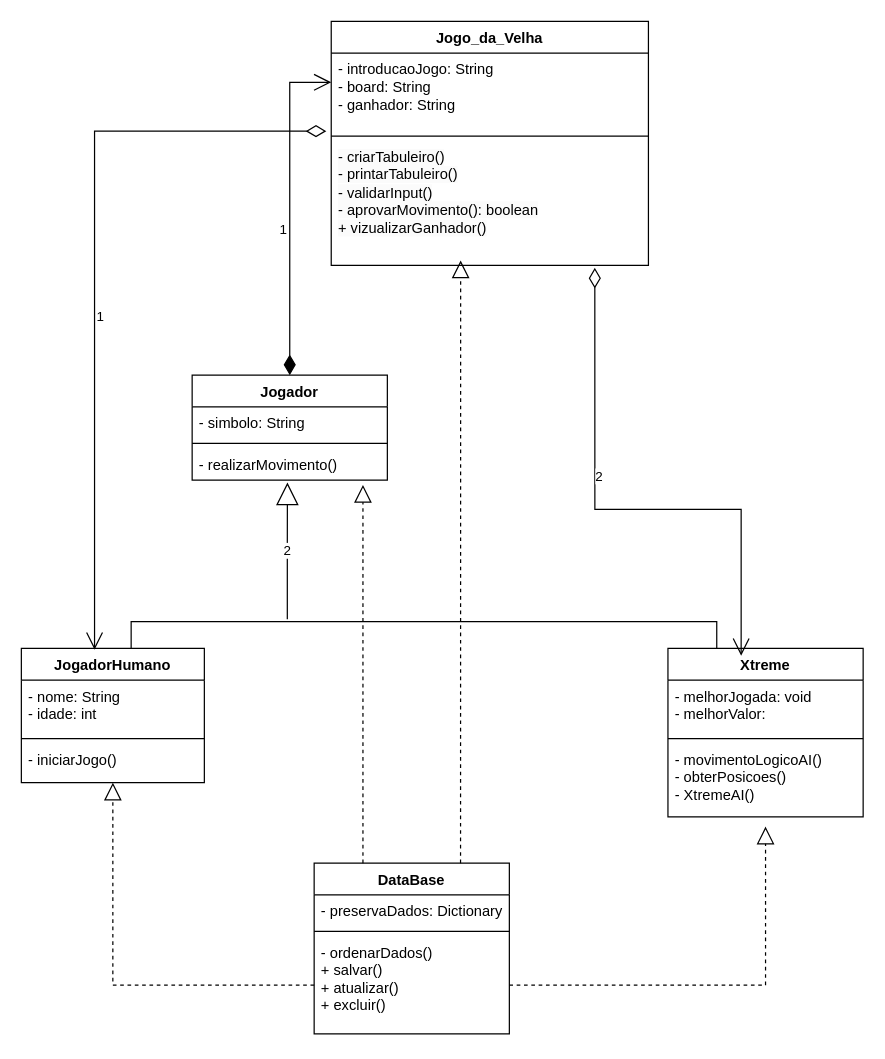
Earlier version of the draw.io diagram mini_projeto_3/Projeto_3/diagrama_de_classes.drawio (antonioscarvalho/Projetos-Orientados-a-Objetos). Source tidied: cells renumbered, new cells numbered last; positions are measured from the earlier drawing's top-left corner, leaving out a move shared by most shapes. Both pictures are drawn from the tidied source at 122%, with x=0, y=0 at pixel (21, 21).
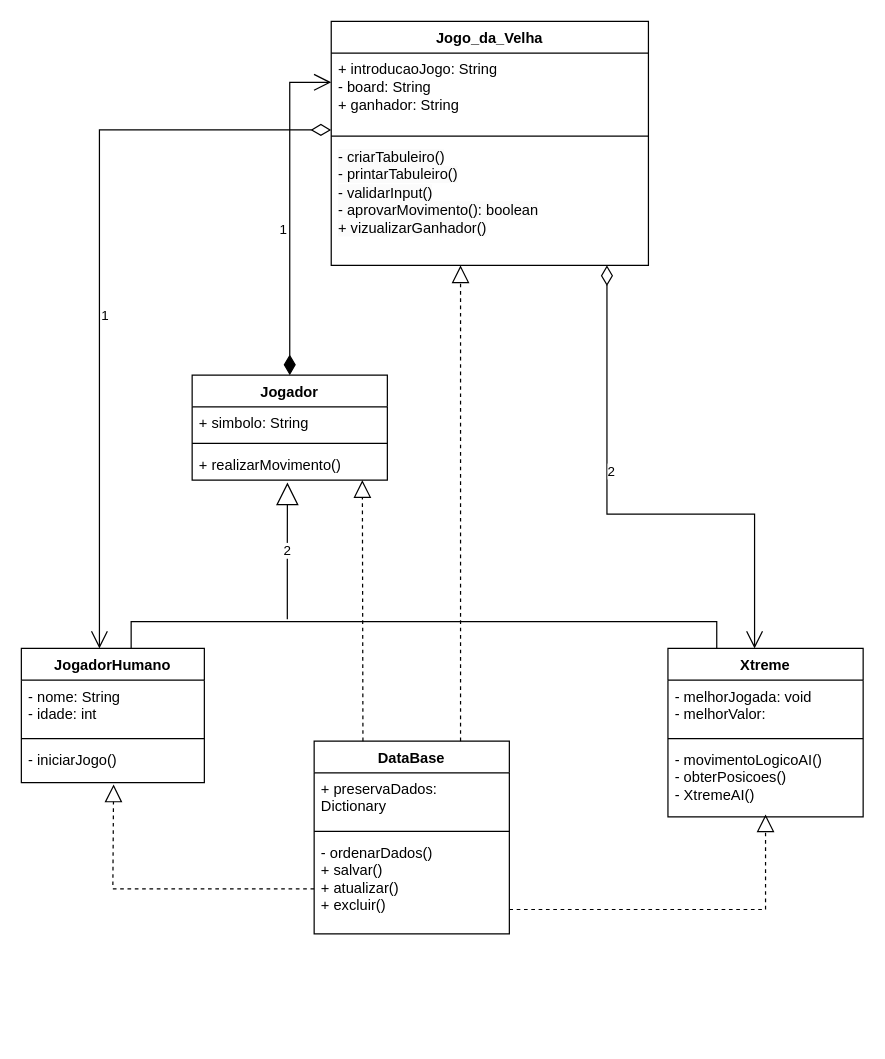
The same page after the edit.

Unchanged cells that the change refers to:
```xml
<mxCell id="2" value="JogadorHumano" style="swimlane;fontStyle=1;align=center;verticalAlign=top;horizontal=1;startSize=26;whiteSpace=wrap;html=1;" parent="1" vertex="1">
  <mxGeometry y="514" width="150" height="110" as="geometry" />
</mxCell>
<mxCell id="5" value="- iniciarJogo()" style="text;strokeColor=none;fillColor=none;align=left;verticalAlign=top;spacingLeft=4;spacingRight=4;overflow=hidden;points=[[0,0.5],[1,0.5]];portConstraint=eastwest;whiteSpace=wrap;html=1;" parent="2" vertex="1">
  <mxGeometry y="78" width="150" height="32" as="geometry" />
</mxCell>
<mxCell id="6" value="Jogo_da_Velha" style="swimlane;fontStyle=1;align=center;verticalAlign=top;horizontal=1;startSize=26;whiteSpace=wrap;html=1;" parent="1" vertex="1">
  <mxGeometry x="254" width="260" height="200" as="geometry" />
</mxCell>
<mxCell id="9" value="&lt;span style=&quot;color: rgb(0, 0, 0); font-family: Helvetica; font-size: 12px; font-style: normal; font-variant-ligatures: normal; font-variant-caps: normal; font-weight: 400; letter-spacing: normal; orphans: 2; text-align: left; text-indent: 0px; text-transform: none; widows: 2; word-spacing: 0px; -webkit-text-stroke-width: 0px; background-color: rgb(251, 251, 251); text-decoration-thickness: initial; text-decoration-style: initial; text-decoration-color: initial; float: none; display: inline !important;&quot;&gt;- criarTabuleiro()&lt;/span&gt;&lt;br style=&quot;border-color: var(--border-color); color: rgb(0, 0, 0); font-family: Helvetica; font-size: 12px; font-style: normal; font-variant-ligatures: normal; font-variant-caps: normal; font-weight: 400; letter-spacing: normal; orphans: 2; text-align: left; text-indent: 0px; text-transform: none; widows: 2; word-spacing: 0px; -webkit-text-stroke-width: 0px; background-color: rgb(251, 251, 251); text-decoration-thickness: initial; text-decoration-style: initial; text-decoration-color: initial;&quot;&gt;&lt;span style=&quot;color: rgb(0, 0, 0); font-family: Helvetica; font-size: 12px; font-style: normal; font-variant-ligatures: normal; font-variant-caps: normal; font-weight: 400; letter-spacing: normal; orphans: 2; text-align: left; text-indent: 0px; text-transform: none; widows: 2; word-spacing: 0px; -webkit-text-stroke-width: 0px; background-color: rgb(251, 251, 251); text-decoration-thickness: initial; text-decoration-style: initial; text-decoration-color: initial; float: none; display: inline !important;&quot;&gt;- printarTabuleiro()&lt;br&gt;- validarInput()&lt;br&gt;- aprovarMovimento(): boolean&lt;br&gt;+ vizualizarGanhador()&lt;br&gt;&lt;/span&gt;" style="text;strokeColor=none;fillColor=none;align=left;verticalAlign=top;spacingLeft=4;spacingRight=4;overflow=hidden;points=[[0,0.5],[1,0.5]];portConstraint=eastwest;whiteSpace=wrap;html=1;" parent="6" vertex="1">
  <mxGeometry y="98" width="260" height="102" as="geometry" />
</mxCell>
<mxCell id="19" value="- movimentoLogicoAI()&lt;br&gt;- obterPosicoes()&lt;br&gt;- XtremeAI()" style="text;strokeColor=none;fillColor=none;align=left;verticalAlign=top;spacingLeft=4;spacingRight=4;overflow=hidden;points=[[0,0.5],[1,0.5]];portConstraint=eastwest;whiteSpace=wrap;html=1;" parent="16" vertex="1">
  <mxGeometry y="78" width="160" height="60" as="geometry" />
</mxCell>
<mxCell id="22" value="Jogador" style="swimlane;fontStyle=1;align=center;verticalAlign=top;horizontal=1;startSize=26;whiteSpace=wrap;html=1;" parent="1" vertex="1">
  <mxGeometry x="140" y="290" width="160" height="86" as="geometry" />
</mxCell>
```

Diff of the diagram source:
```diff
@@
-    <mxCell id="7" value="- introducaoJogo: String&lt;br&gt;- board: String&lt;br&gt;- ganhador: String" style="text;strokeColor=none;fillColor=none;align=left;verticalAlign=top;spacingLeft=4;spacingRight=4;overflow=hidden;whiteSpace=wrap;html=1;" parent="6" vertex="1">
+    <mxCell id="7" value="+ introducaoJogo: String&lt;br&gt;- board: String&lt;br&gt;+ ganhador: String" style="text;strokeColor=none;fillColor=none;align=left;verticalAlign=top;spacingLeft=4;spacingRight=4;overflow=hidden;whiteSpace=wrap;html=1;" parent="6" vertex="1">
       <mxGeometry y="26" width="260" height="64" as="geometry" />
     </mxCell>
@@
     <mxCell id="10" value="DataBase" style="swimlane;fontStyle=1;align=center;verticalAlign=top;horizontal=1;startSize=26;whiteSpace=wrap;html=1;" parent="1" vertex="1">
-      <mxGeometry x="240" y="690" width="160" height="140" as="geometry" />
+      <mxGeometry x="240" y="590" width="160" height="158" as="geometry" />
     </mxCell>
-    <mxCell id="11" value="- preservaDados: Dictionary" style="text;strokeColor=none;fillColor=none;align=left;verticalAlign=top;spacingLeft=4;spacingRight=4;overflow=hidden;whiteSpace=wrap;html=1;" parent="10" vertex="1">
-      <mxGeometry y="26" width="160" height="26" as="geometry" />
+    <mxCell id="11" value="+ preservaDados: Dictionary" style="text;strokeColor=none;fillColor=none;align=left;verticalAlign=top;spacingLeft=4;spacingRight=4;overflow=hidden;whiteSpace=wrap;html=1;" parent="10" vertex="1">
+      <mxGeometry y="26" width="160" height="44" as="geometry" />
     </mxCell>
     <mxCell id="12" style="line;strokeWidth=1;fillColor=none;align=left;verticalAlign=middle;spacingTop=-1;spacingLeft=3;spacingRight=3;labelPosition=right;strokeColor=inherit;" parent="10" vertex="1">
-      <mxGeometry y="52" width="160" height="8" as="geometry" />
+      <mxGeometry y="70" width="160" height="8" as="geometry" />
     </mxCell>
     <mxCell id="13" value="- ordenarDados()&lt;br&gt;+ salvar()&lt;br&gt;+ atualizar()&lt;br&gt;+ excluir()" style="text;strokeColor=none;fillColor=none;align=left;verticalAlign=top;spacingLeft=4;spacingRight=4;overflow=hidden;points=[[0,0.5],[1,0.5]];portConstraint=eastwest;whiteSpace=wrap;html=1;" parent="10" vertex="1">
-      <mxGeometry y="60" width="160" height="80" as="geometry" />
+      <mxGeometry y="78" width="160" height="80" as="geometry" />
     </mxCell>
-    <mxCell id="14" style="endArrow=block;dashed=1;endFill=0;endSize=12;html=1;rounded=0;exitX=0.75;exitY=0;exitDx=0;exitDy=0;entryX=0.408;entryY=0.961;entryDx=0;entryDy=0;entryPerimeter=0;" parent="1" edge="1" source="10" target="9">
-      <mxGeometry relative="1" as="geometry" />
+    <mxCell id="14" style="endArrow=block;dashed=1;endFill=0;endSize=12;html=1;rounded=0;exitX=0.75;exitY=0;exitDx=0;exitDy=0;" parent="1" edge="1" source="10">
+      <mxGeometry relative="1" as="geometry">
+        <mxPoint x="360" y="200" as="targetPoint" />
+      </mxGeometry>
     </mxCell>
-    <mxCell id="15" style="endArrow=block;dashed=1;endFill=0;endSize=12;html=1;rounded=0;exitX=0;exitY=0.5;exitDx=0;exitDy=0;" parent="1" edge="1" source="13" target="5">
+    <mxCell id="15" style="endArrow=block;dashed=1;endFill=0;endSize=12;html=1;rounded=0;entryX=0.504;entryY=1.047;entryDx=0;entryDy=0;entryPerimeter=0;" parent="1" edge="1" target="5">
       <mxGeometry relative="1" as="geometry">
+        <mxPoint x="240" y="711" as="sourcePoint" />
         <Array as="points">
-          <mxPoint x="75" y="790" />
+          <mxPoint x="75" y="711" />
         </Array>
       </mxGeometry>
     </mxCell>
@@
-    <mxCell id="20" value="2" style="endArrow=open;html=1;endSize=12;startArrow=diamondThin;startSize=14;startFill=0;edgeStyle=orthogonalEdgeStyle;align=left;verticalAlign=bottom;rounded=0;exitX=0.831;exitY=1.02;exitDx=0;exitDy=0;exitPerimeter=0;" parent="1" edge="1" source="9">
+    <mxCell id="20" value="2" style="endArrow=open;html=1;endSize=12;startArrow=diamondThin;startSize=14;startFill=0;edgeStyle=orthogonalEdgeStyle;align=left;verticalAlign=bottom;rounded=0;" parent="1" edge="1" source="9">
       <mxGeometry x="-0.18" y="-1" relative="1" as="geometry">
-        <mxPoint x="590" y="520" as="targetPoint" />
+        <mxPoint x="601" y="514" as="targetPoint" />
         <Array as="points">
-          <mxPoint x="470" y="400" />
-          <mxPoint x="590" y="400" />
-          <mxPoint x="590" y="515" />
+          <mxPoint x="480" y="404" />
+          <mxPoint x="601" y="404" />
         </Array>
       </mxGeometry>
     </mxCell>
-    <mxCell id="21" style="endArrow=block;dashed=1;endFill=0;endSize=12;html=1;rounded=0;exitX=1;exitY=0.5;exitDx=0;exitDy=0;" parent="1" edge="1" source="13">
+    <mxCell id="21" style="endArrow=block;dashed=1;endFill=0;endSize=12;html=1;rounded=0;entryX=0.5;entryY=0.967;entryDx=0;entryDy=0;entryPerimeter=0;" parent="1" edge="1" target="19">
       <mxGeometry relative="1" as="geometry">
-        <mxPoint x="610" y="660" as="targetPoint" />
+        <mxPoint x="400" y="728" as="sourcePoint" />
         <Array as="points">
-          <mxPoint x="610" y="790" />
+          <mxPoint x="610" y="728" />
         </Array>
       </mxGeometry>
     </mxCell>
@@
-    <mxCell id="23" value="- simbolo: String" style="text;strokeColor=none;fillColor=none;align=left;verticalAlign=top;spacingLeft=4;spacingRight=4;overflow=hidden;whiteSpace=wrap;html=1;" parent="22" vertex="1">
+    <mxCell id="23" value="+ simbolo: String" style="text;strokeColor=none;fillColor=none;align=left;verticalAlign=top;spacingLeft=4;spacingRight=4;overflow=hidden;whiteSpace=wrap;html=1;" parent="22" vertex="1">
       <mxGeometry y="26" width="160" height="26" as="geometry" />
     </mxCell>
@@
-    <mxCell id="25" value="- realizarMovimento()" style="text;strokeColor=none;fillColor=none;align=left;verticalAlign=top;spacingLeft=4;spacingRight=4;overflow=hidden;points=[[0,0.5],[1,0.5]];portConstraint=eastwest;whiteSpace=wrap;html=1;" parent="22" vertex="1">
+    <mxCell id="25" value="+ realizarMovimento()" style="text;strokeColor=none;fillColor=none;align=left;verticalAlign=top;spacingLeft=4;spacingRight=4;overflow=hidden;points=[[0,0.5],[1,0.5]];portConstraint=eastwest;whiteSpace=wrap;html=1;" parent="22" vertex="1">
       <mxGeometry y="60" width="160" height="26" as="geometry" />
     </mxCell>
-    <mxCell id="26" style="endArrow=block;dashed=1;endFill=0;endSize=12;html=1;rounded=0;exitX=0.25;exitY=0;exitDx=0;exitDy=0;" parent="1" edge="1" source="10">
-      <mxGeometry relative="1" as="geometry">
-        <mxPoint x="280" y="380" as="targetPoint" />
-      </mxGeometry>
+    <mxCell id="26" style="endArrow=block;dashed=1;endFill=0;endSize=12;html=1;rounded=0;exitX=0.25;exitY=0;exitDx=0;exitDy=0;entryX=0.872;entryY=1;entryDx=0;entryDy=0;entryPerimeter=0;" parent="1" edge="1" source="10" target="25">
+      <mxGeometry relative="1" as="geometry" />
     </mxCell>
@@
-    <mxCell id="30" value="1" style="endArrow=open;html=1;endSize=12;startArrow=diamondThin;startSize=14;startFill=0;edgeStyle=orthogonalEdgeStyle;align=left;verticalAlign=bottom;rounded=0;entryX=0.4;entryY=0.009;entryDx=0;entryDy=0;entryPerimeter=0;" parent="1" edge="1" target="2">
+    <mxCell id="30" value="1" style="endArrow=open;html=1;endSize=12;startArrow=diamondThin;startSize=14;startFill=0;edgeStyle=orthogonalEdgeStyle;align=left;verticalAlign=bottom;rounded=0;entryX=0.4;entryY=0.009;entryDx=0;entryDy=0;entryPerimeter=0;" parent="1" edge="1">
       <mxGeometry x="0.14" relative="1" as="geometry">
-        <mxPoint x="250" y="90" as="sourcePoint" />
+        <mxPoint x="254" y="89" as="sourcePoint" />
+        <mxPoint x="64" y="514" as="targetPoint" />
         <Array as="points">
-          <mxPoint x="60" y="90" />
+          <mxPoint x="64" y="89" />
         </Array>
       </mxGeometry>
     </mxCell>
```
